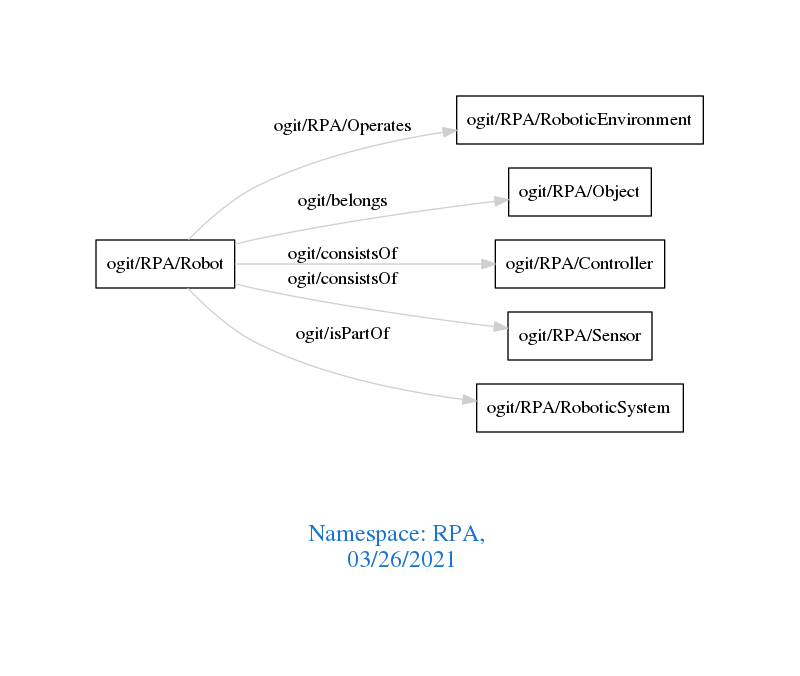
arago/OGIT keeps this Graphviz diagram as downloads/RPA.png. Above is the earlier version. Its source is kept beside it as downloads/RPA.dot.
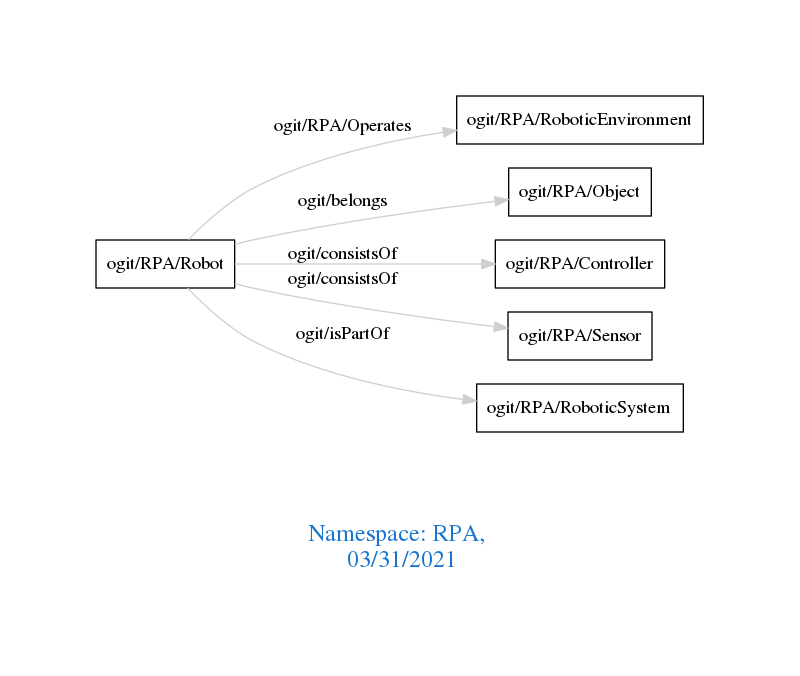
The same file after the commit.

The edit, as a diff of the source:
```diff
@@ -1,7 +1,7 @@
 digraph OGIT_ontology {
  graph [ rankdir= LR,pad=1
 fontsize = 18,
-fontcolor= dodgerblue3,label = "\n\n\nNamespace: RPA, \n 03/26/2021"];
+fontcolor= dodgerblue3,label = "\n\n\nNamespace: RPA, \n 03/31/2021"];
 node[shape=polygon];
 edge [  color="gray81"];
 
```
